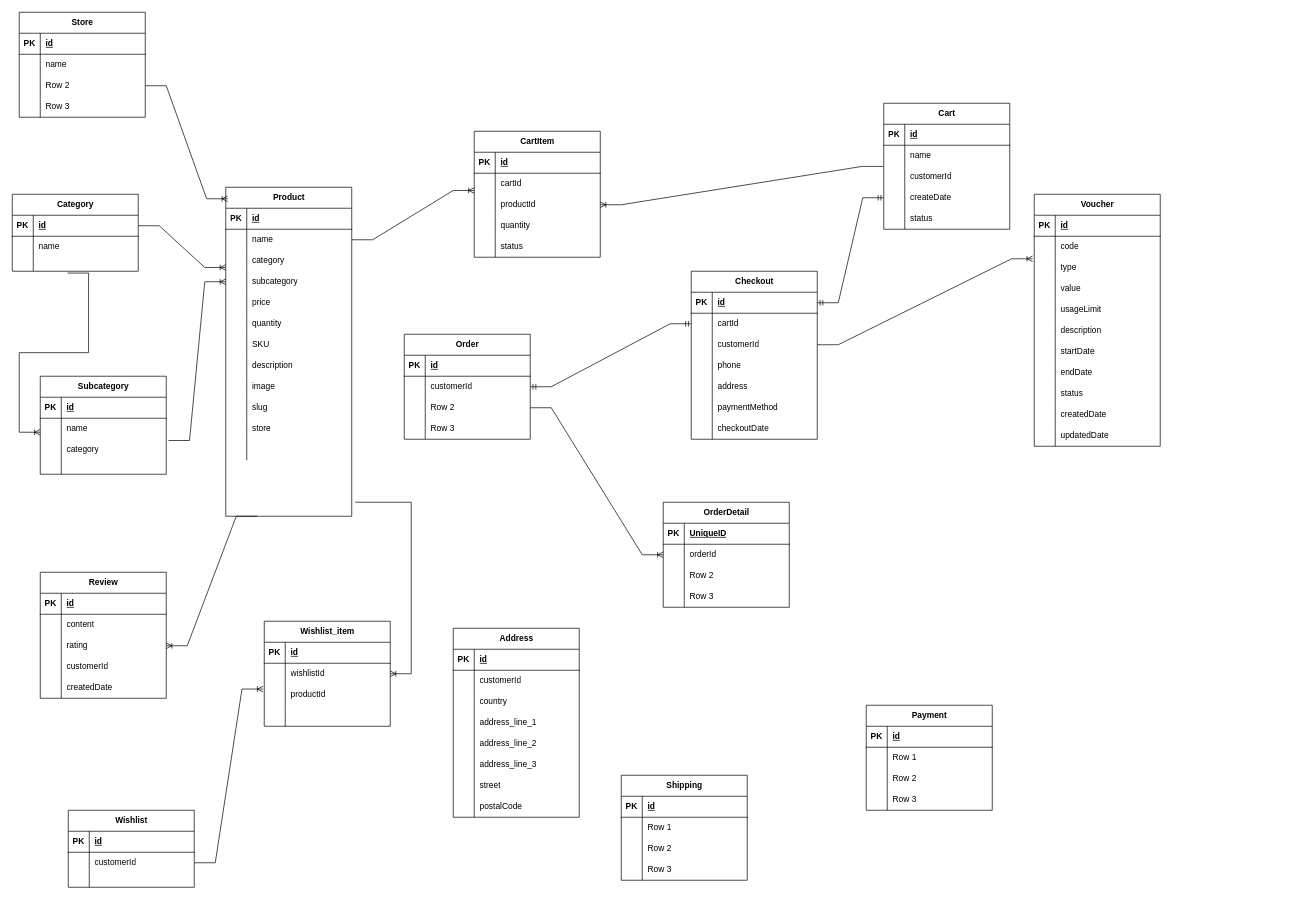
pdcthanh112/MyDream keeps this draw.io diagram as backend/app/Entity Diagram.drawio. Above is the earlier version. Source tidied: cells renumbered, new cells numbered last; positions are measured from the earlier drawing's top-left corner, leaving out a move shared by most shapes. Both pictures are drawn from the tidied source at 70%, with x=0, y=0 at pixel (-331, 12).
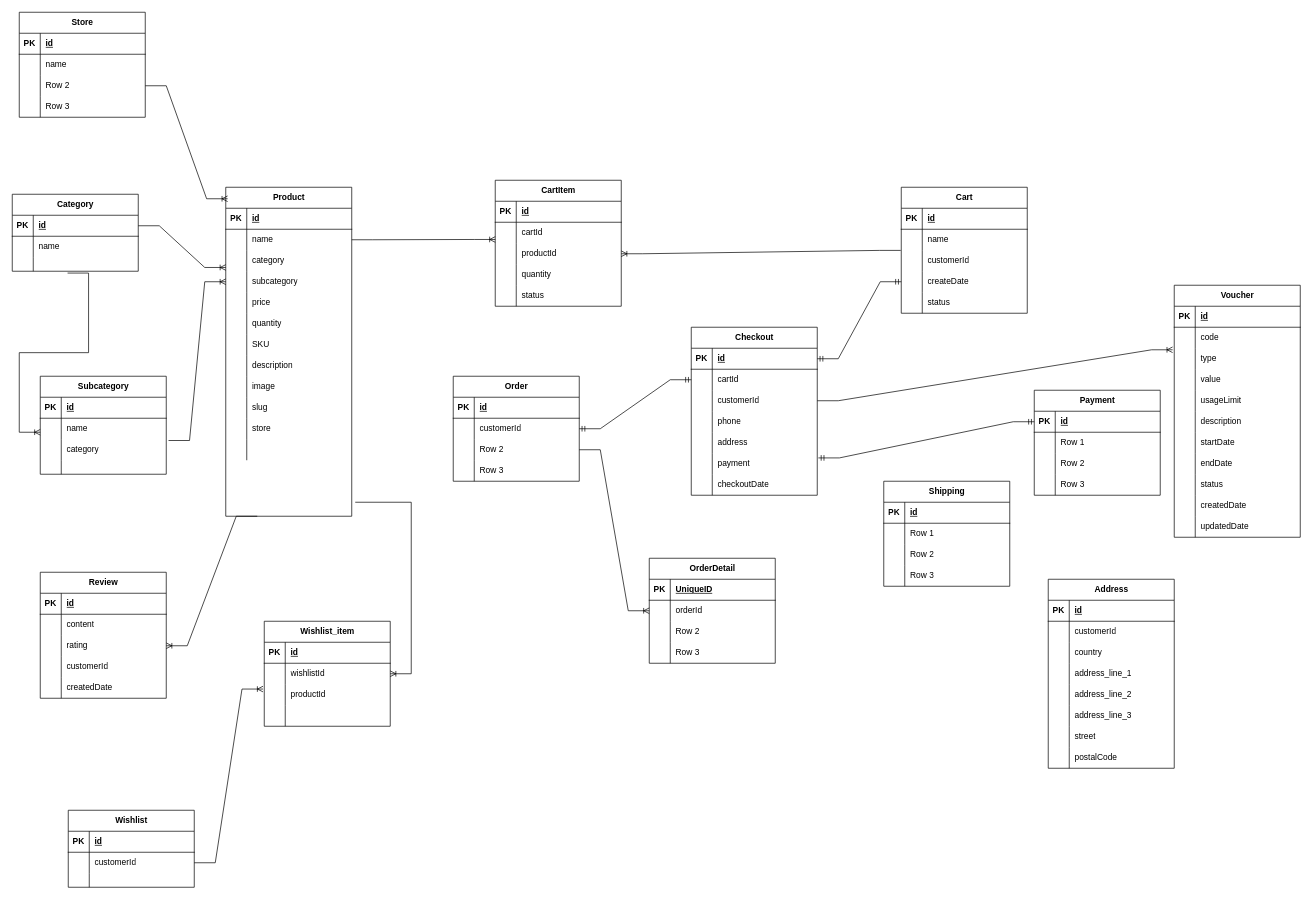
The same diagram, later.

The change refers to these unchanged cells:
```xml
<mxCell id="110" style="shape=tableRow;horizontal=0;startSize=0;swimlaneHead=0;swimlaneBody=0;fillColor=none;points=[[0,0.5],[1,0.5]];portConstraint=eastwest;top=0;left=0;right=0;bottom=0;" parent="94" vertex="1">
  <mxGeometry y="180" width="180" height="30" as="geometry" />
</mxCell>
<mxCell id="242" style="shape=tableRow;horizontal=0;startSize=0;swimlaneHead=0;swimlaneBody=0;fillColor=none;points=[[0,0.5],[1,0.5]];portConstraint=eastwest;top=0;left=0;right=0;bottom=1;" parent="241" vertex="1">
  <mxGeometry y="30" width="180" height="30" as="geometry" />
</mxCell>
```

The edit, as a diff of the source:
```diff
@@
     <mxCell id="62" value="Cart" style="shape=table;startSize=30;childLayout=tableLayout;rowLines=0;fontStyle=1;align=center;html=1;" parent="1" vertex="1">
-      <mxGeometry x="1735" y="130" width="180" height="180" as="geometry" />
+      <mxGeometry x="1760" y="250" width="180" height="180" as="geometry" />
     </mxCell>
@@
     <mxCell id="78" value="CartItem" style="shape=table;startSize=30;childLayout=tableLayout;rowLines=0;fontStyle=1;align=center;html=1;" parent="1" vertex="1">
-      <mxGeometry x="1150" y="170" width="180" height="180" as="geometry" />
+      <mxGeometry x="1180" y="240" width="180" height="180" as="geometry" />
     </mxCell>
@@
     <mxCell id="94" value="Checkout" style="shape=table;startSize=30;childLayout=tableLayout;rowLines=0;fontStyle=1;align=center;html=1;" parent="1" vertex="1">
-      <mxGeometry x="1460" y="370" width="180" height="240" as="geometry" />
+      <mxGeometry x="1460" y="450" width="180" height="240" as="geometry" />
     </mxCell>
@@
-    <mxCell id="112" value="paymentMethod" style="shape=partialRectangle;fillColor=none;top=0;left=0;bottom=0;right=0;align=left;spacingLeft=6;overflow=hidden;whiteSpace=wrap;html=1;" parent="110" vertex="1">
+    <mxCell id="112" value="payment" style="shape=partialRectangle;fillColor=none;top=0;left=0;bottom=0;right=0;align=left;spacingLeft=6;overflow=hidden;whiteSpace=wrap;html=1;" parent="110" vertex="1">
       <mxGeometry x="30" width="150" height="30" as="geometry" />
     </mxCell>
@@
     <mxCell id="116" value="Order" style="shape=table;startSize=30;childLayout=tableLayout;rowLines=0;fontStyle=1;align=center;html=1;" parent="1" vertex="1">
-      <mxGeometry x="1050" y="460" width="180" height="150" as="geometry" />
+      <mxGeometry x="1120" y="520" width="180" height="150" as="geometry" />
     </mxCell>
@@
     <mxCell id="129" value="OrderDetail" style="shape=table;startSize=30;childLayout=tableLayout;rowLines=0;fontStyle=1;align=center;html=1;" parent="1" vertex="1">
-      <mxGeometry x="1420" y="700" width="180" height="150" as="geometry" />
+      <mxGeometry x="1400" y="780" width="180" height="150" as="geometry" />
     </mxCell>
@@
     <mxCell id="147" value="Voucher" style="shape=table;startSize=30;childLayout=tableLayout;rowLines=0;fontStyle=1;align=center;html=1;" parent="1" vertex="1">
-      <mxGeometry x="1950" y="260" width="180" height="360" as="geometry" />
+      <mxGeometry x="2150" y="390" width="180" height="360" as="geometry" />
     </mxCell>
@@
     <mxCell id="241" value="Payment" style="shape=table;startSize=30;childLayout=tableLayout;rowLines=0;fontStyle=1;align=center;html=1;" parent="1" vertex="1">
-      <mxGeometry x="1710" y="990" width="180" height="150" as="geometry" />
+      <mxGeometry x="1950" y="540" width="180" height="150" as="geometry" />
     </mxCell>
@@
     <mxCell id="254" value="Shipping" style="shape=table;startSize=30;childLayout=tableLayout;rowLines=0;fontStyle=1;align=center;html=1;" parent="1" vertex="1">
-      <mxGeometry x="1360" y="1090" width="180" height="150" as="geometry" />
+      <mxGeometry x="1735" y="670" width="180" height="150" as="geometry" />
     </mxCell>
@@
     <mxCell id="267" value="Address" style="shape=table;startSize=30;childLayout=tableLayout;rowLines=0;fontStyle=1;align=center;html=1;" parent="1" vertex="1">
-      <mxGeometry x="1120" y="880" width="180" height="270" as="geometry" />
+      <mxGeometry x="1970" y="810" width="180" height="270" as="geometry" />
     </mxCell>
@@
+    <mxCell id="292" style="edgeStyle=entityRelationEdgeStyle;fontSize=12;html=1;endArrow=ERmandOne;startArrow=ERmandOne;rounded=0;entryX=0;entryY=0.5;entryDx=0;entryDy=0;exitX=1.009;exitY=0.222;exitDx=0;exitDy=0;exitPerimeter=0;" parent="1" edge="1" source="110" target="242">
+      <mxGeometry relative="1" as="geometry" />
+    </mxCell>
```
